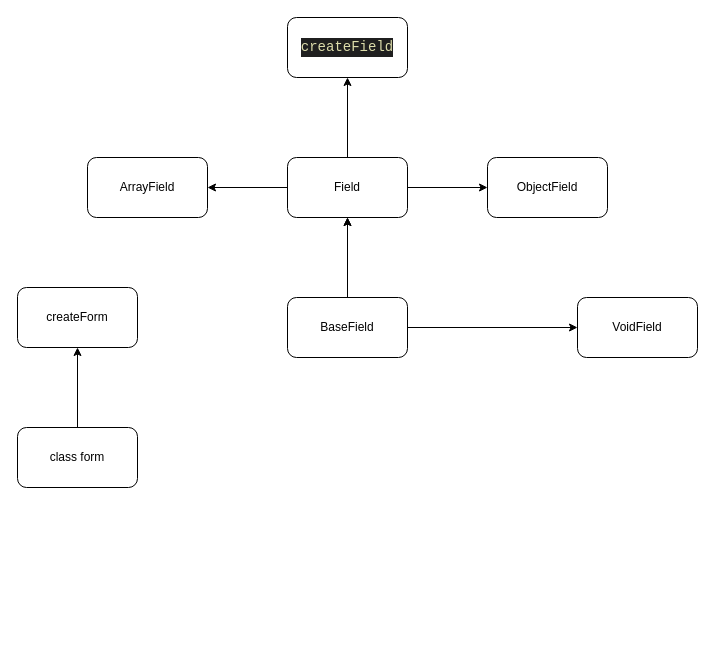
Earlier version of the draw.io diagram page "core" (1 of 4) of Untitled Diagram.drawio (lmmqxyx404/formily_scratch). Source tidied: cells renumbered, new cells numbered last; positions are measured from the earlier drawing's top-left corner, leaving out a move shared by most shapes. Both pictures are drawn from the tidied source at 100%, with x=0, y=0 at pixel (17, 17).
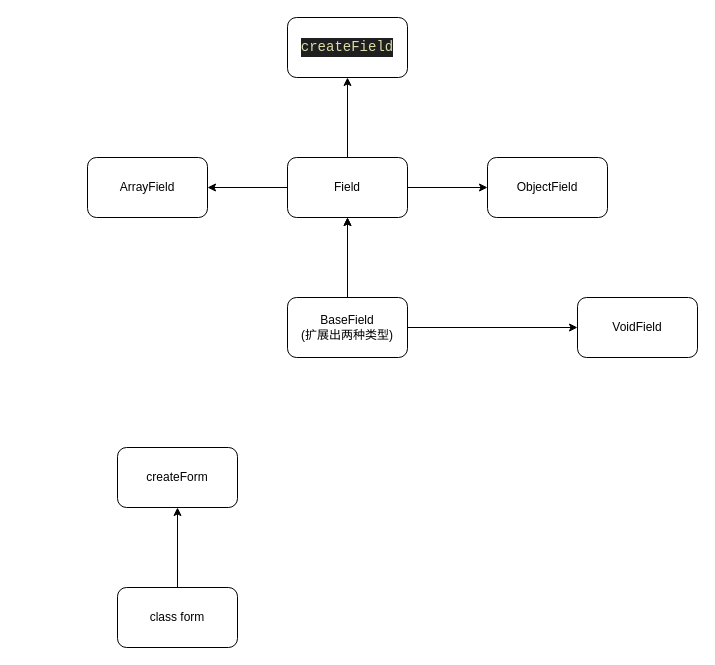
The same page after the edit.

Change to the diagram source:
```diff
@@
 <mxGraphModel>
   <root>
     <mxCell id="0" />
     <mxCell id="1" parent="0" />
     <mxCell id="2" style="edgeStyle=orthogonalEdgeStyle;rounded=0;jettySize=auto;html=1;" parent="1" edge="1" source="3" target="4">
       <mxGeometry relative="1" as="geometry" />
     </mxCell>
     <mxCell id="3" value="class form" style="rounded=1;whiteSpace=wrap;html=1;" parent="1" vertex="1">
-      <mxGeometry y="410" width="120" height="60" as="geometry" />
+      <mxGeometry x="100" y="570" width="120" height="60" as="geometry" />
     </mxCell>
     <mxCell id="4" value="createForm" style="whiteSpace=wrap;html=1;rounded=1;" parent="1" vertex="1">
-      <mxGeometry y="270" width="120" height="60" as="geometry" />
+      <mxGeometry x="100" y="430" width="120" height="60" as="geometry" />
     </mxCell>
     <mxCell id="5" style="edgeStyle=orthogonalEdgeStyle;rounded=0;jettySize=auto;html=1;" parent="1" edge="1" source="8" target="12">
       <mxGeometry relative="1" as="geometry" />
     </mxCell>
     <mxCell id="6" style="edgeStyle=orthogonalEdgeStyle;rounded=0;jettySize=auto;html=1;" parent="1" edge="1" source="8" target="12">
       <mxGeometry relative="1" as="geometry" />
     </mxCell>
     <mxCell id="7" style="edgeStyle=orthogonalEdgeStyle;rounded=0;jettySize=auto;html=1;" parent="1" edge="1" source="8" target="13">
       <mxGeometry relative="1" as="geometry" />
     </mxCell>
-    <mxCell id="8" value="BaseField" style="rounded=1;whiteSpace=wrap;html=1;" parent="1" vertex="1">
+    <mxCell id="8" value="BaseField&lt;div&gt;(扩展出两种类型)&lt;/div&gt;" style="rounded=1;whiteSpace=wrap;html=1;" parent="1" vertex="1">
       <mxGeometry x="270" y="280" width="120" height="60" as="geometry" />
     </mxCell>
     <mxCell id="9" style="edgeStyle=orthogonalEdgeStyle;rounded=0;jettySize=auto;html=1;" parent="1" edge="1" source="12" target="14">
       <mxGeometry relative="1" as="geometry" />
     </mxCell>
     <mxCell id="10" style="edgeStyle=orthogonalEdgeStyle;rounded=0;jettySize=auto;html=1;" parent="1" edge="1" source="12" target="15">
       <mxGeometry relative="1" as="geometry" />
     </mxCell>
     <mxCell id="11" style="edgeStyle=orthogonalEdgeStyle;rounded=0;jettySize=auto;html=1;" parent="1" edge="1" source="12" target="16">
       <mxGeometry relative="1" as="geometry" />
     </mxCell>
     <mxCell id="12" value="Field" style="whiteSpace=wrap;html=1;rounded=1;" parent="1" vertex="1">
       <mxGeometry x="270" y="140" width="120" height="60" as="geometry" />
     </mxCell>
     <mxCell id="13" value="VoidField" style="whiteSpace=wrap;html=1;rounded=1;" parent="1" vertex="1">
       <mxGeometry x="560" y="280" width="120" height="60" as="geometry" />
     </mxCell>
     <mxCell id="14" value="&lt;div style=&quot;color: rgb(204, 204, 204); background-color: rgb(31, 31, 31); font-family: Consolas, &amp;quot;Courier New&amp;quot;, monospace; font-size: 14px; line-height: 19px; white-space: pre;&quot;&gt;&lt;span style=&quot;color: #dcdcaa;&quot;&gt;createField&lt;/span&gt;&lt;/div&gt;" style="whiteSpace=wrap;html=1;rounded=1;" parent="1" vertex="1">
       <mxGeometry x="270" width="120" height="60" as="geometry" />
     </mxCell>
     <mxCell id="15" value="ObjectField" style="whiteSpace=wrap;html=1;rounded=1;" parent="1" vertex="1">
       <mxGeometry x="470" y="140" width="120" height="60" as="geometry" />
     </mxCell>
     <mxCell id="16" value="ArrayField" style="whiteSpace=wrap;html=1;rounded=1;" parent="1" vertex="1">
       <mxGeometry x="70" y="140" width="120" height="60" as="geometry" />
     </mxCell>
   </root>
 </mxGraphModel>
```
